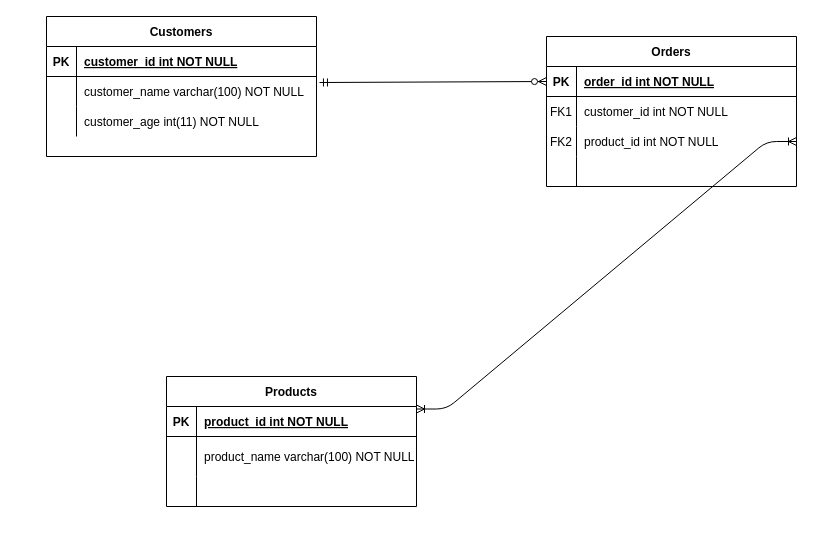
Above: ERD-Customer-Task.drawio in davidsteinhafel/SQL-TASKS (draw.io), before the change. Source tidied: cells renumbered, new cells numbered last; positions are measured from the earlier drawing's top-left corner, leaving out a move shared by most shapes. Both pictures are drawn from the tidied source at 100%, with x=0, y=0 at pixel (46, 16).
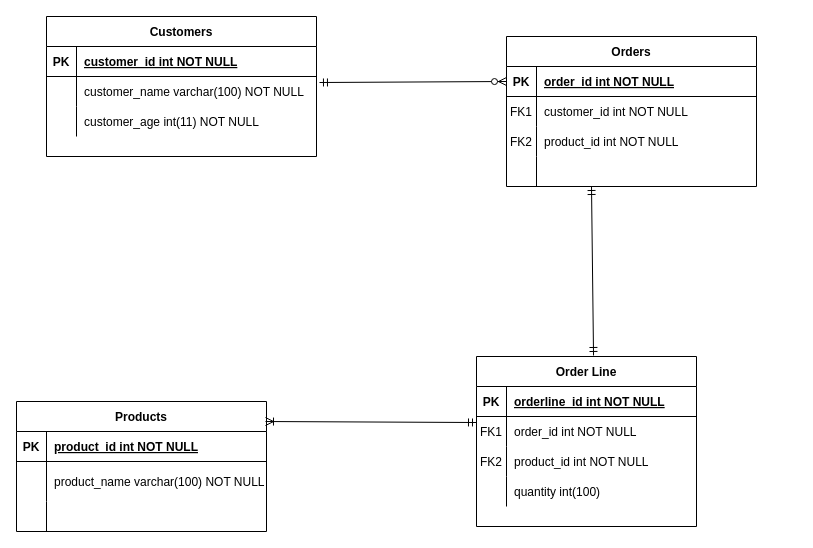
The same diagram, later.

Commit message:
introducing a junction table to deal with the many to many relationship between the orders and products table

The change refers to these unchanged cells:
```xml
<mxCell id="9" style="shape=partialRectangle;fillColor=none;points=[[0,0.5],[1,0.5]];portConstraint=eastwest;top=0;left=0;right=0;bottom=0;" parent="2" vertex="1">
  <mxGeometry y="90" width="250" height="30" as="geometry" />
</mxCell>
<mxCell id="12" style="shape=partialRectangle;fillColor=none;points=[[0,0.5],[1,0.5]];portConstraint=eastwest;top=0;left=0;right=0;bottom=0;" parent="2" vertex="1">
  <mxGeometry y="120" width="250" height="30" as="geometry" />
</mxCell>
```

The edit, as a diff of the source:
```diff
@@
     <mxCell id="2" value="Orders" style="shape=table;startSize=30;childLayout=tableLayout;rowLines=0;fontStyle=1;align=center;" parent="1" vertex="1">
-      <mxGeometry x="500" y="20" width="250" height="150" as="geometry" />
+      <mxGeometry x="460" y="20" width="250" height="150" as="geometry" />
     </mxCell>
@@
     <mxCell id="15" value="Products" style="shape=table;startSize=30;childLayout=tableLayout;rowLines=0;fontStyle=1;align=center;gradientColor=#ffffff;" parent="1" vertex="1">
-      <mxGeometry x="120" y="360" width="250" height="130" as="geometry" />
+      <mxGeometry x="-30" y="385" width="250" height="130" as="geometry" />
     </mxCell>
@@
-    <mxCell id="35" style="edgeStyle=entityRelationEdgeStyle;fontSize=12;html=1;endArrow=ERoneToMany;startArrow=ERoneToMany;exitX=1;exitY=0.25;exitDx=0;exitDy=0;entryX=1;entryY=0.5;entryDx=0;entryDy=0;" parent="1" edge="1" source="15" target="9">
-      <mxGeometry relative="1" as="geometry" />
-    </mxCell>
@@
+    <mxCell id="37" value="Order Line" style="shape=table;startSize=30;childLayout=tableLayout;rowLines=0;fontStyle=1;align=center;gradientColor=#ffffff;" parent="1" vertex="1">
+      <mxGeometry x="430" y="340" width="220" height="170" as="geometry" />
+    </mxCell>
+    <mxCell id="38" style="shape=partialRectangle;fillColor=none;top=0;left=0;bottom=1;right=0;" parent="37" vertex="1">
+      <mxGeometry y="30" width="220" height="30" as="geometry" />
+    </mxCell>
+    <mxCell id="39" value="PK" style="shape=partialRectangle;fillColor=none;top=0;left=0;bottom=0;right=0;fontStyle=1;overflow=hidden;" parent="38" vertex="1">
+      <mxGeometry width="30" height="30" as="geometry" />
+    </mxCell>
+    <mxCell id="40" value="orderline_id int NOT NULL" style="shape=partialRectangle;fillColor=none;top=0;left=0;bottom=0;right=0;align=left;spacingLeft=6;fontStyle=5;overflow=hidden;" parent="38" vertex="1">
+      <mxGeometry x="30" width="190" height="30" as="geometry" />
+    </mxCell>
+    <mxCell id="41" style="shape=partialRectangle;fillColor=none;top=0;left=0;bottom=0;right=0;points=[[0,0.5],[1,0.5]];portConstraint=eastwest;" parent="37" vertex="1">
+      <mxGeometry y="60" width="220" height="30" as="geometry" />
+    </mxCell>
+    <mxCell id="42" value="FK1" style="shape=partialRectangle;fillColor=none;top=0;left=0;bottom=0;right=0;overflow=hidden;" parent="41" vertex="1">
+      <mxGeometry width="30" height="30" as="geometry" />
+    </mxCell>
+    <mxCell id="43" value="order_id int NOT NULL" style="shape=partialRectangle;fillColor=none;top=0;left=0;bottom=0;right=0;align=left;spacingLeft=6;overflow=hidden;" parent="41" vertex="1">
+      <mxGeometry x="30" width="190" height="30" as="geometry" />
+    </mxCell>
+    <mxCell id="44" style="shape=partialRectangle;fillColor=none;top=0;left=0;bottom=0;right=0;" parent="37" vertex="1">
+      <mxGeometry y="90" width="220" height="30" as="geometry" />
+    </mxCell>
+    <mxCell id="45" value="FK2" style="shape=partialRectangle;fillColor=none;top=0;left=0;bottom=0;right=0;overflow=hidden;" parent="44" vertex="1">
+      <mxGeometry width="30" height="30" as="geometry" />
+    </mxCell>
+    <mxCell id="46" value="product_id int NOT NULL" style="shape=partialRectangle;fillColor=none;top=0;left=0;bottom=0;right=0;align=left;spacingLeft=6;overflow=hidden;" parent="44" vertex="1">
+      <mxGeometry x="30" width="190" height="30" as="geometry" />
+    </mxCell>
+    <mxCell id="47" style="shape=partialRectangle;fillColor=none;top=0;left=0;bottom=0;right=0;" parent="37" vertex="1">
+      <mxGeometry y="120" width="220" height="30" as="geometry" />
+    </mxCell>
+    <mxCell id="48" style="shape=partialRectangle;fillColor=none;top=0;left=0;bottom=0;right=0;overflow=hidden;" parent="47" vertex="1">
+      <mxGeometry width="30" height="30" as="geometry" />
+    </mxCell>
+    <mxCell id="49" value="quantity int(100)" style="shape=partialRectangle;fillColor=none;top=0;left=0;bottom=0;right=0;align=left;spacingLeft=6;overflow=hidden;" parent="47" vertex="1">
+      <mxGeometry x="30" width="190" height="30" as="geometry" />
+    </mxCell>
+    <mxCell id="50" style="endArrow=ERmandOne;startArrow=ERoneToMany;html=1;entryX=0;entryY=0.2;entryDx=0;entryDy=0;entryPerimeter=0;exitX=0.996;exitY=0.154;exitDx=0;exitDy=0;exitPerimeter=0;startFill=0;endFill=0;" parent="1" edge="1" source="15" target="41">
+      <mxGeometry relative="1" as="geometry" />
+    </mxCell>
+    <mxCell id="51" style="endArrow=ERmandOne;startArrow=ERmandOne;html=1;entryX=0.34;entryY=1;entryDx=0;entryDy=0;entryPerimeter=0;exitX=0.532;exitY=-0.006;exitDx=0;exitDy=0;exitPerimeter=0;endFill=0;startFill=0;" parent="1" edge="1" source="37" target="12">
+      <mxGeometry relative="1" as="geometry" />
+    </mxCell>
```
